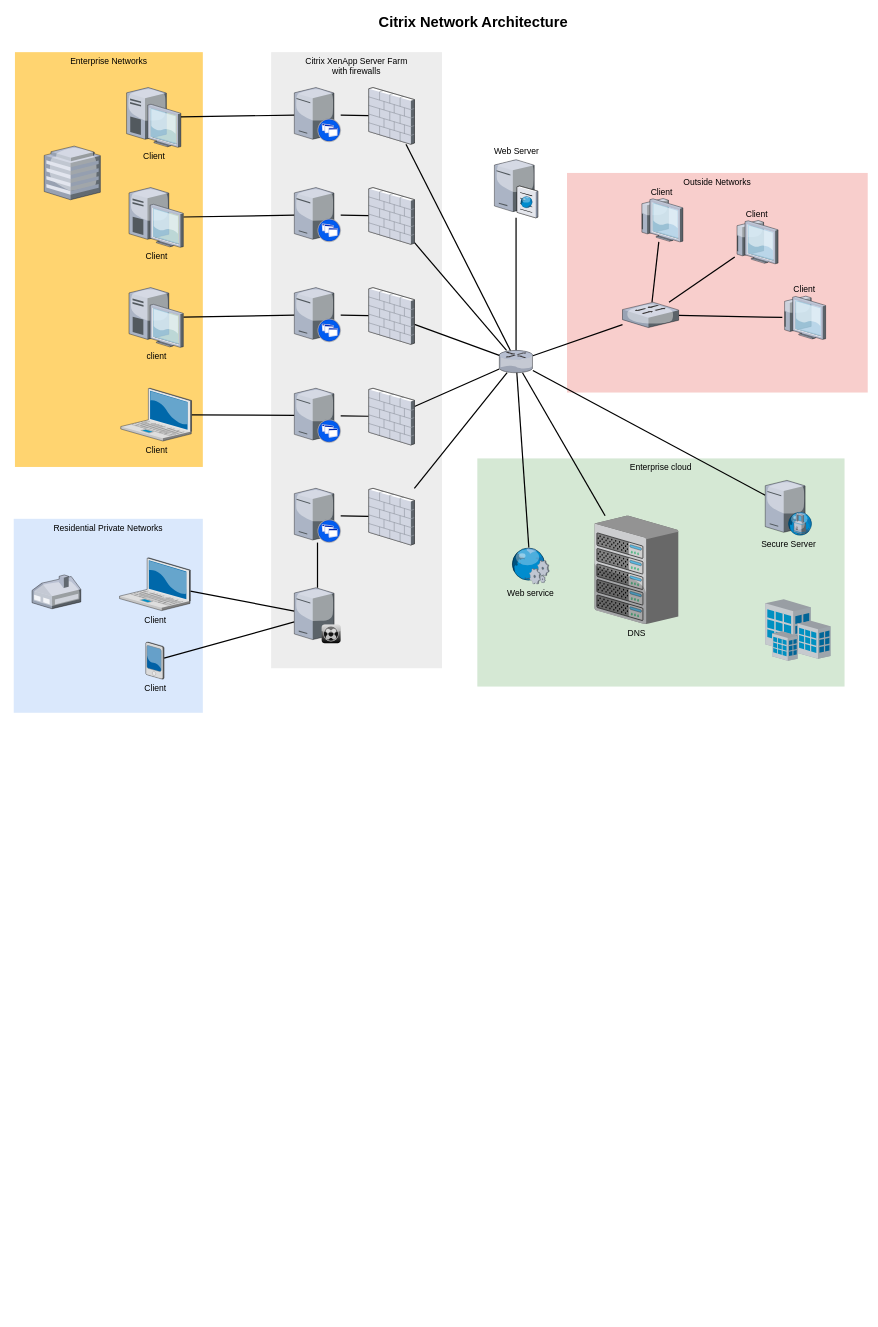
This is techlab/mp deploy.drawio from qiufang1314/drawio, a draw.io file, before an edit. Source tidied: cells renumbered, new cells numbered last; positions are measured from the earlier drawing's top-left corner, leaving out a move shared by most shapes. Both pictures are drawn from the tidied source at 61%, with x=0, y=0 at pixel (13, 10). Pictures stored in the file or linked from it are replaced by grey dashed boxes.
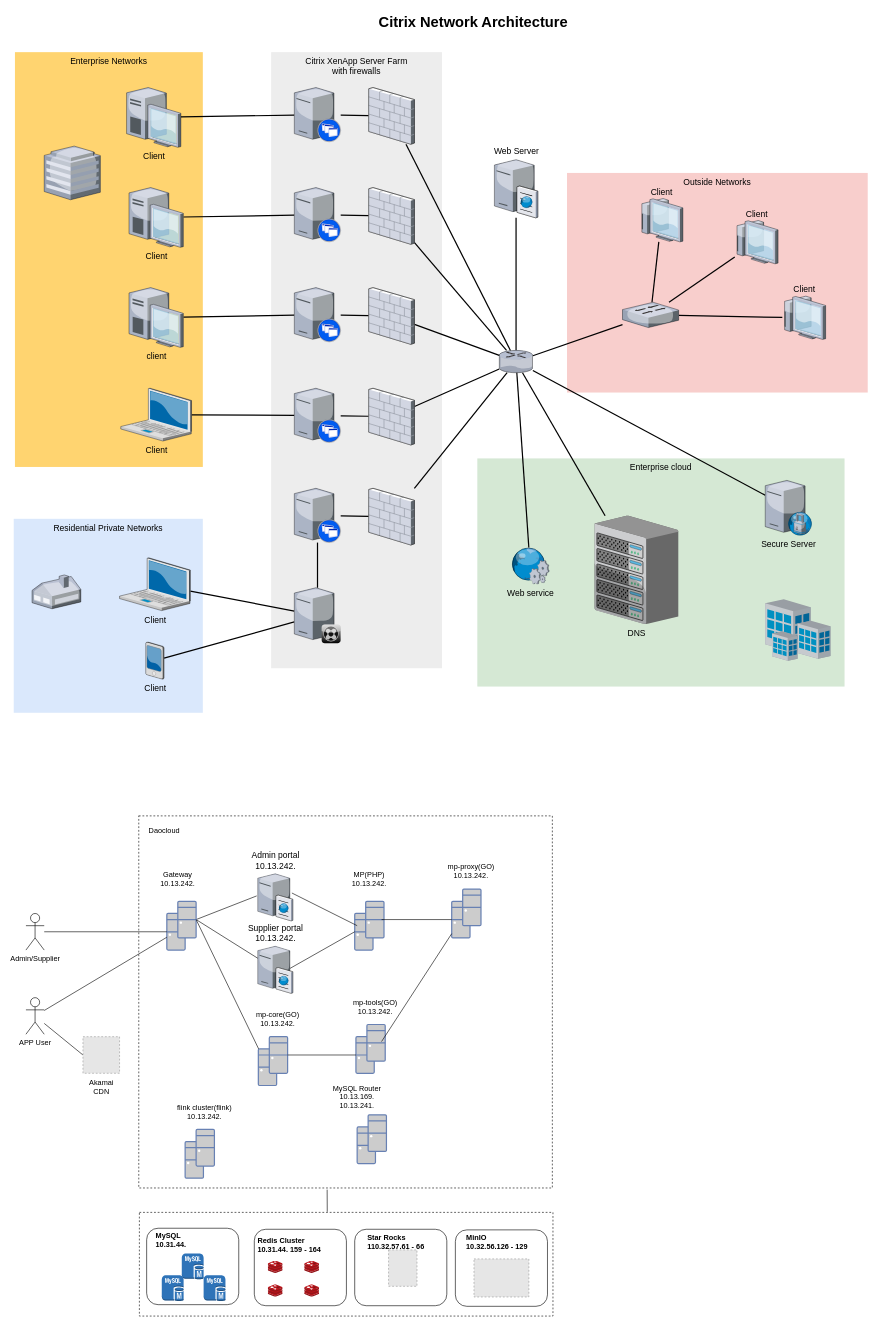
The same page after the edit.

What changed in the source:
```diff
@@
+    <mxCell id="62" style="rounded=0;whiteSpace=wrap;html=1;dashed=1;" parent="1" vertex="1">
+      <mxGeometry x="205" y="1320" width="678" height="610" as="geometry" />
+    </mxCell>
@@
+    <mxCell id="63" value="Gateway&lt;br&gt;10.13.242." style="text;html=1;strokeColor=none;fillColor=none;align=center;verticalAlign=middle;whiteSpace=wrap;rounded=0;" parent="1" vertex="1">
+      <mxGeometry x="239" y="1408" width="60" height="30" as="geometry" />
+    </mxCell>
+    <mxCell id="64" value="Daocloud" style="text;html=1;strokeColor=none;fillColor=none;align=center;verticalAlign=middle;whiteSpace=wrap;rounded=0;" parent="1" vertex="1">
+      <mxGeometry x="217" y="1330" width="60" height="30" as="geometry" />
+    </mxCell>
+    <mxCell id="65" value="Admin portal&lt;br&gt;10.13.242." style="verticalLabelPosition=top;html=1;verticalAlign=bottom;strokeColor=none;shape=mxgraph.citrix.cache_server;fillColor=#66B2FF;gradientColor=#0066CC;fontSize=14;labelPosition=center;align=center;" parent="1" vertex="1">
+      <mxGeometry x="400" y="1413.2" width="57.4" height="78.8" as="geometry" />
+    </mxCell>
+    <mxCell id="66" value="Supplier portal&lt;br&gt;10.13.242." style="verticalLabelPosition=top;html=1;verticalAlign=bottom;strokeColor=none;shape=mxgraph.citrix.cache_server;fillColor=#66B2FF;gradientColor=#0066CC;fontSize=14;labelPosition=center;align=center;" parent="1" vertex="1">
+      <mxGeometry x="400" y="1532" width="57.4" height="78.8" as="geometry" />
+    </mxCell>
+    <mxCell id="67" style="endArrow=none;html=1;rounded=0;entryX=-0.029;entryY=0.482;entryDx=0;entryDy=0;entryPerimeter=0;exitX=1;exitY=0.5;exitDx=0;exitDy=0;exitPerimeter=0;" parent="1" edge="1" source="71" target="65">
+      <mxGeometry relative="1" as="geometry" />
+    </mxCell>
+    <mxCell id="68" style="endArrow=none;html=1;rounded=0;exitX=1;exitY=0.5;exitDx=0;exitDy=0;exitPerimeter=0;" parent="1" edge="1" source="71" target="66">
+      <mxGeometry relative="1" as="geometry" />
+    </mxCell>
+    <mxCell id="69" style="group;" parent="1" vertex="1">
+      <mxGeometry x="251" y="1460" width="48" height="80" as="geometry" />
+    </mxCell>
+    <mxCell id="70" style="fontColor=#0066CC;verticalAlign=top;verticalLabelPosition=bottom;labelPosition=center;align=center;html=1;outlineConnect=0;fillColor=#CCCCCC;strokeColor=#6881B3;gradientColor=none;gradientDirection=north;strokeWidth=2;shape=mxgraph.networks.desktop_pc;" parent="69" vertex="1">
+      <mxGeometry y="20" width="30" height="60" as="geometry" />
+    </mxCell>
+    <mxCell id="71" style="fontColor=#0066CC;verticalAlign=top;verticalLabelPosition=bottom;labelPosition=center;align=center;html=1;outlineConnect=0;fillColor=#CCCCCC;strokeColor=#6881B3;gradientColor=none;gradientDirection=north;strokeWidth=2;shape=mxgraph.networks.desktop_pc;" parent="69" vertex="1">
+      <mxGeometry x="18" width="30" height="60" as="geometry" />
+    </mxCell>
+    <mxCell id="72" style="group;" parent="1" vertex="1">
+      <mxGeometry x="559" y="1460" width="48" height="80" as="geometry" />
+    </mxCell>
+    <mxCell id="73" style="fontColor=#0066CC;verticalAlign=top;verticalLabelPosition=bottom;labelPosition=center;align=center;html=1;outlineConnect=0;fillColor=#CCCCCC;strokeColor=#6881B3;gradientColor=none;gradientDirection=north;strokeWidth=2;shape=mxgraph.networks.desktop_pc;" parent="72" vertex="1">
+      <mxGeometry y="20" width="30" height="60" as="geometry" />
+    </mxCell>
+    <mxCell id="74" style="fontColor=#0066CC;verticalAlign=top;verticalLabelPosition=bottom;labelPosition=center;align=center;html=1;fillColor=#CCCCCC;strokeColor=#6881B3;gradientColor=none;gradientDirection=north;strokeWidth=2;shape=mxgraph.networks.desktop_pc;" parent="72" vertex="1">
+      <mxGeometry x="18" width="30" height="60" as="geometry" />
+    </mxCell>
+    <mxCell id="75" value="MP(PHP)&lt;br&gt;10.13.242." style="text;html=1;strokeColor=none;fillColor=none;align=center;verticalAlign=middle;whiteSpace=wrap;rounded=0;" parent="1" vertex="1">
+      <mxGeometry x="553" y="1408" width="60" height="30" as="geometry" />
+    </mxCell>
+    <mxCell id="76" style="endArrow=none;html=1;rounded=0;exitX=0.976;exitY=0.422;exitDx=0;exitDy=0;exitPerimeter=0;" parent="1" edge="1" source="65">
+      <mxGeometry relative="1" as="geometry">
+        <mxPoint x="563" y="1500" as="targetPoint" />
+      </mxGeometry>
+    </mxCell>
+    <mxCell id="77" style="endArrow=none;html=1;rounded=0;entryX=0;entryY=0.5;entryDx=0;entryDy=0;entryPerimeter=0;" parent="1" edge="1" target="73">
+      <mxGeometry relative="1" as="geometry">
+        <mxPoint x="453" y="1570" as="sourcePoint" />
+      </mxGeometry>
+    </mxCell>
+    <mxCell id="78" style="group;" parent="1" vertex="1">
+      <mxGeometry x="401" y="1682" width="48" height="80" as="geometry" />
+    </mxCell>
+    <mxCell id="79" style="fontColor=#0066CC;verticalAlign=top;verticalLabelPosition=bottom;labelPosition=center;align=center;html=1;outlineConnect=0;fillColor=#CCCCCC;strokeColor=#6881B3;gradientColor=none;gradientDirection=north;strokeWidth=2;shape=mxgraph.networks.desktop_pc;" parent="78" vertex="1">
+      <mxGeometry y="20" width="30" height="60" as="geometry" />
+    </mxCell>
+    <mxCell id="80" style="fontColor=#0066CC;verticalAlign=top;verticalLabelPosition=bottom;labelPosition=center;align=center;html=1;outlineConnect=0;fillColor=#CCCCCC;strokeColor=#6881B3;gradientColor=none;gradientDirection=north;strokeWidth=2;shape=mxgraph.networks.desktop_pc;" parent="78" vertex="1">
+      <mxGeometry x="18" width="30" height="60" as="geometry" />
+    </mxCell>
+    <mxCell id="81" value="mp-core(GO)&lt;br&gt;10.13.242." style="text;html=1;strokeColor=none;fillColor=none;align=center;verticalAlign=middle;whiteSpace=wrap;rounded=0;" parent="1" vertex="1">
+      <mxGeometry x="383" y="1638" width="100" height="30" as="geometry" />
+    </mxCell>
+    <mxCell id="82" style="endArrow=none;html=1;rounded=0;exitX=1;exitY=0.5;exitDx=0;exitDy=0;exitPerimeter=0;" parent="1" edge="1" source="71" target="79">
+      <mxGeometry relative="1" as="geometry" />
+    </mxCell>
+    <mxCell id="83" style="group;" parent="1" vertex="1">
+      <mxGeometry x="561" y="1662" width="48" height="80" as="geometry" />
+    </mxCell>
+    <mxCell id="84" style="fontColor=#0066CC;verticalAlign=top;verticalLabelPosition=bottom;labelPosition=center;align=center;html=1;outlineConnect=0;fillColor=#CCCCCC;strokeColor=#6881B3;gradientColor=none;gradientDirection=north;strokeWidth=2;shape=mxgraph.networks.desktop_pc;" parent="83" vertex="1">
+      <mxGeometry y="20" width="30" height="60" as="geometry" />
+    </mxCell>
+    <mxCell id="85" style="fontColor=#0066CC;verticalAlign=top;verticalLabelPosition=bottom;labelPosition=center;align=center;html=1;fillColor=#CCCCCC;strokeColor=#6881B3;gradientColor=none;gradientDirection=north;strokeWidth=2;shape=mxgraph.networks.desktop_pc;" parent="83" vertex="1">
+      <mxGeometry x="18" width="30" height="60" as="geometry" />
+    </mxCell>
+    <mxCell id="86" value="mp-tools(GO)&lt;br&gt;10.13.242." style="text;html=1;strokeColor=none;fillColor=none;align=center;verticalAlign=middle;whiteSpace=wrap;rounded=0;" parent="1" vertex="1">
+      <mxGeometry x="543" y="1618" width="100" height="30" as="geometry" />
+    </mxCell>
+    <mxCell id="87" style="group;" parent="1" vertex="1">
+      <mxGeometry x="718" y="1440" width="48" height="80" as="geometry" />
+    </mxCell>
+    <mxCell id="88" style="fontColor=#0066CC;verticalAlign=top;verticalLabelPosition=bottom;labelPosition=center;align=center;html=1;outlineConnect=0;fillColor=#CCCCCC;strokeColor=#6881B3;gradientColor=none;gradientDirection=north;strokeWidth=2;shape=mxgraph.networks.desktop_pc;" parent="87" vertex="1">
+      <mxGeometry y="20" width="30" height="60" as="geometry" />
+    </mxCell>
+    <mxCell id="89" style="fontColor=#0066CC;verticalAlign=top;verticalLabelPosition=bottom;labelPosition=center;align=center;html=1;fillColor=#CCCCCC;strokeColor=#6881B3;gradientColor=none;gradientDirection=north;strokeWidth=2;shape=mxgraph.networks.desktop_pc;" parent="87" vertex="1">
+      <mxGeometry x="18" width="30" height="60" as="geometry" />
+    </mxCell>
+    <mxCell id="90" value="mp-proxy(GO)&lt;br&gt;10.13.242." style="text;html=1;strokeColor=none;fillColor=none;align=center;verticalAlign=middle;whiteSpace=wrap;rounded=0;" parent="1" vertex="1">
+      <mxGeometry x="700" y="1396" width="100" height="30" as="geometry" />
+    </mxCell>
+    <mxCell id="91" style="endArrow=none;html=1;rounded=0;" parent="1" edge="1" target="88">
+      <mxGeometry relative="1" as="geometry">
+        <mxPoint x="603" y="1490" as="sourcePoint" />
+      </mxGeometry>
+    </mxCell>
+    <mxCell id="92" style="endArrow=none;html=1;rounded=0;exitX=1;exitY=0.5;exitDx=0;exitDy=0;exitPerimeter=0;" parent="1" edge="1" source="80" target="84">
+      <mxGeometry relative="1" as="geometry" />
+    </mxCell>
+    <mxCell id="93" style="endArrow=none;html=1;rounded=0;" parent="1" edge="1" target="88">
+      <mxGeometry relative="1" as="geometry">
+        <mxPoint x="603" y="1690" as="sourcePoint" />
+      </mxGeometry>
+    </mxCell>
+    <mxCell id="94" style="edgeStyle=orthogonalEdgeStyle;rounded=0;jettySize=auto;html=1;endArrow=none;endFill=0;" parent="1" edge="1" source="95" target="70">
+      <mxGeometry relative="1" as="geometry" />
+    </mxCell>
+    <mxCell id="95" value="Admin/Supplier" style="shape=umlActor;verticalLabelPosition=bottom;verticalAlign=top;html=1;outlineConnect=0;" parent="1" vertex="1">
+      <mxGeometry x="20" y="1480" width="30" height="60" as="geometry" />
+    </mxCell>
+    <mxCell id="96" style="rounded=0;jettySize=auto;html=1;endArrow=none;endFill=0;" parent="1" edge="1" source="98" target="70">
+      <mxGeometry relative="1" as="geometry" />
+    </mxCell>
+    <mxCell id="97" style="rounded=0;jettySize=auto;html=1;entryX=0;entryY=0.5;entryDx=0;entryDy=0;endArrow=none;endFill=0;" parent="1" edge="1" source="98" target="108">
+      <mxGeometry relative="1" as="geometry" />
+    </mxCell>
+    <mxCell id="98" value="APP User" style="shape=umlActor;verticalLabelPosition=bottom;verticalAlign=top;html=1;outlineConnect=0;" parent="1" vertex="1">
+      <mxGeometry x="20" y="1618" width="30" height="60" as="geometry" />
+    </mxCell>
+    <mxCell id="99" style="group;" parent="1" vertex="1">
+      <mxGeometry x="281" y="1834" width="48" height="80" as="geometry" />
+    </mxCell>
+    <mxCell id="100" style="fontColor=#0066CC;verticalAlign=top;verticalLabelPosition=bottom;labelPosition=center;align=center;html=1;fillColor=#CCCCCC;strokeColor=#6881B3;gradientColor=none;gradientDirection=north;strokeWidth=2;shape=mxgraph.networks.desktop_pc;" parent="99" vertex="1">
+      <mxGeometry y="20" width="30" height="60" as="geometry" />
+    </mxCell>
+    <mxCell id="101" style="fontColor=#0066CC;verticalAlign=top;verticalLabelPosition=bottom;labelPosition=center;align=center;html=1;fillColor=#CCCCCC;strokeColor=#6881B3;gradientColor=none;gradientDirection=north;strokeWidth=2;shape=mxgraph.networks.desktop_pc;" parent="99" vertex="1">
+      <mxGeometry x="18" width="30" height="60" as="geometry" />
+    </mxCell>
+    <mxCell id="102" value="flink cluster(flink)&lt;br&gt;10.13.242." style="text;html=1;strokeColor=none;fillColor=none;align=center;verticalAlign=middle;whiteSpace=wrap;rounded=0;" parent="1" vertex="1">
+      <mxGeometry x="263" y="1790" width="100" height="30" as="geometry" />
+    </mxCell>
+    <mxCell id="103" style="group;" parent="1" vertex="1">
+      <mxGeometry x="563" y="1810" width="48" height="80" as="geometry" />
+    </mxCell>
+    <mxCell id="104" style="fontColor=#0066CC;verticalAlign=top;verticalLabelPosition=bottom;labelPosition=center;align=center;html=1;fillColor=#CCCCCC;strokeColor=#6881B3;gradientColor=none;gradientDirection=north;strokeWidth=2;shape=mxgraph.networks.desktop_pc;" parent="103" vertex="1">
+      <mxGeometry y="20" width="30" height="60" as="geometry" />
+    </mxCell>
+    <mxCell id="105" style="fontColor=#0066CC;verticalAlign=top;verticalLabelPosition=bottom;labelPosition=center;align=center;html=1;fillColor=#CCCCCC;strokeColor=#6881B3;gradientColor=none;gradientDirection=north;strokeWidth=2;shape=mxgraph.networks.desktop_pc;" parent="103" vertex="1">
+      <mxGeometry x="18" width="30" height="60" as="geometry" />
+    </mxCell>
+    <mxCell id="106" value="MySQL Router&lt;br&gt;10.13.169.&lt;br style=&quot;border-color: var(--border-color); text-align: left;&quot;&gt;&lt;span style=&quot;text-align: left;&quot;&gt;10.13.241.&lt;/span&gt;" style="text;html=1;strokeColor=none;fillColor=none;align=center;verticalAlign=middle;whiteSpace=wrap;rounded=0;fontStyle=0;" parent="1" vertex="1">
+      <mxGeometry x="513" y="1766" width="100" height="30" as="geometry" />
+    </mxCell>
+    <mxCell id="107" style="group;" parent="1" vertex="1">
+      <mxGeometry x="113.5" y="1682" width="60" height="98" as="geometry" />
+    </mxCell>
+    <mxCell id="108" style="fillColor=#E6E6E6;strokeColor=#999999;dashed=1;html=1;verticalLabelPosition=bottom;labelBackgroundColor=#ffffff;verticalAlign=top;" parent="107" vertex="1">
+      <mxGeometry width="60" height="60" as="geometry" />
+    </mxCell>
+    <mxCell id="109" value="Akamai CDN" style="text;html=1;strokeColor=none;fillColor=none;align=center;verticalAlign=middle;whiteSpace=wrap;rounded=0;" parent="107" vertex="1">
+      <mxGeometry y="68" width="60" height="30" as="geometry" />
+    </mxCell>
+    <mxCell id="110" style="rounded=0;whiteSpace=wrap;html=1;dashed=1;" parent="1" vertex="1">
+      <mxGeometry x="206" y="1970" width="678" height="170" as="geometry" />
+    </mxCell>
+    <mxCell id="111" style="group;strokeColor=default;rounded=1;align=left;" parent="1" vertex="1">
+      <mxGeometry x="394.4" y="1997.7" width="151" height="125.3" as="geometry" />
+    </mxCell>
+    <mxCell id="112" style="fillColor=#E6E6E6;strokeColor=#999999;dashed=1;verticalLabelPosition=bottom;labelBackgroundColor=default;verticalAlign=top;" parent="1" vertex="1">
+      <mxGeometry x="614.5" y="2031.5" width="46.6" height="59.7" as="geometry" />
+    </mxCell>
+    <mxCell id="113" value="Star Rocks&lt;br&gt;110.32.57.61 - 66" style="text;html=1;strokeColor=none;fillColor=none;align=left;verticalAlign=middle;whiteSpace=wrap;rounded=0;fontStyle=1;" parent="1" vertex="1">
+      <mxGeometry x="578.2" y="2006.5" width="101.8" height="25.1" as="geometry" />
+    </mxCell>
+    <mxCell id="114" style="dashed=0;verticalLabelPosition=bottom;verticalAlign=top;align=center;html=1;shape=mxgraph.aws3.mysql_db_instance;fillColor=#2E73B8;gradientColor=none;" parent="1" vertex="1">
+      <mxGeometry x="275.5" y="2037.4" width="35.8" height="42.5" as="geometry" />
+    </mxCell>
+    <mxCell id="115" style="dashed=0;verticalLabelPosition=bottom;verticalAlign=top;align=center;html=1;shape=mxgraph.aws3.mysql_db_instance;fillColor=#2E73B8;gradientColor=none;" parent="1" vertex="1">
+      <mxGeometry x="311.3" y="2073.1" width="35.8" height="42.5" as="geometry" />
+    </mxCell>
+    <mxCell id="116" style="dashed=0;verticalLabelPosition=bottom;verticalAlign=top;align=center;html=1;shape=mxgraph.aws3.mysql_db_instance;fillColor=#2E73B8;gradientColor=none;" parent="1" vertex="1">
+      <mxGeometry x="242.7" y="2073.1" width="35.8" height="42.5" as="geometry" />
+    </mxCell>
+    <mxCell id="117" value="MySQL&lt;br&gt;10.31.44." style="text;html=1;strokeColor=none;fillColor=none;align=left;verticalAlign=middle;whiteSpace=wrap;rounded=0;fontStyle=1;" parent="1" vertex="1">
+      <mxGeometry x="230.8" y="2002.7" width="47.7" height="25.1" as="geometry" />
+    </mxCell>
+    <mxCell id="118" style="image;sketch=0;html=1;align=center;fontSize=12;image=img/lib/mscae/Cache_Redis_Product.svg;" parent="1" vertex="1">
+      <mxGeometry x="417" y="2049.5" width="24.3" height="20.4" as="geometry" />
+    </mxCell>
+    <mxCell id="119" style="image;sketch=0;html=1;align=center;fontSize=12;image=img/lib/mscae/Cache_Redis_Product.svg;" parent="1" vertex="1">
+      <mxGeometry x="417" y="2088.4" width="24.3" height="20.4" as="geometry" />
+    </mxCell>
+    <mxCell id="120" style="image;sketch=0;html=1;align=center;fontSize=12;image=img/lib/mscae/Cache_Redis_Product.svg;" parent="1" vertex="1">
+      <mxGeometry x="476.7" y="2049.5" width="24.3" height="20.4" as="geometry" />
+    </mxCell>
+    <mxCell id="121" style="image;sketch=0;html=1;align=center;fontSize=12;image=img/lib/mscae/Cache_Redis_Product.svg;" parent="1" vertex="1">
+      <mxGeometry x="476.7" y="2088.4" width="24.3" height="20.4" as="geometry" />
+    </mxCell>
+    <mxCell id="122" value="Redis Cluster&lt;br&gt;10.31.44. 159 - 164" style="text;html=1;strokeColor=none;fillColor=none;align=left;verticalAlign=middle;whiteSpace=wrap;rounded=0;fontStyle=1;" parent="1" vertex="1">
+      <mxGeometry x="397.6" y="2010.2" width="122.4" height="25.1" as="geometry" />
+    </mxCell>
+    <mxCell id="123" style="group;strokeColor=default;rounded=1;align=left;" parent="1" vertex="1">
+      <mxGeometry x="217.9" y="1996" width="151" height="125.3" as="geometry" />
+    </mxCell>
+    <mxCell id="124" style="group;strokeColor=default;rounded=1;align=left;" parent="1" vertex="1">
+      <mxGeometry x="559" y="1997.7" width="151" height="125.3" as="geometry" />
+    </mxCell>
+    <mxCell id="125" value="MinIO&lt;br&gt;10.32.56.126 - 129" style="text;html=1;strokeColor=none;fillColor=none;align=left;verticalAlign=middle;whiteSpace=wrap;rounded=0;fontStyle=1;" parent="1" vertex="1">
+      <mxGeometry x="740.2" y="2005.5" width="109.8" height="25.1" as="geometry" />
+    </mxCell>
+    <mxCell id="126" style="group;strokeColor=default;rounded=1;align=left;" parent="1" vertex="1">
+      <mxGeometry x="724" y="1998.7" width="151" height="125.3" as="geometry" />
+    </mxCell>
+    <mxCell id="127" style="fillColor=#E6E6E6;strokeColor=#999999;dashed=1;verticalLabelPosition=bottom;labelBackgroundColor=default;verticalAlign=top;" parent="1" vertex="1">
+      <mxGeometry x="754.5" y="2046.3" width="90" height="62.4" as="geometry" />
+    </mxCell>
+    <mxCell id="128" style="endArrow=none;html=1;rounded=0;entryX=0.426;entryY=1.006;entryDx=0;entryDy=0;entryPerimeter=0;" parent="1" edge="1">
+      <mxGeometry relative="1" as="geometry">
+        <mxPoint x="514" y="1969" as="sourcePoint" />
+        <mxPoint x="513.8" y="1932.7" as="targetPoint" />
+      </mxGeometry>
+    </mxCell>
```
